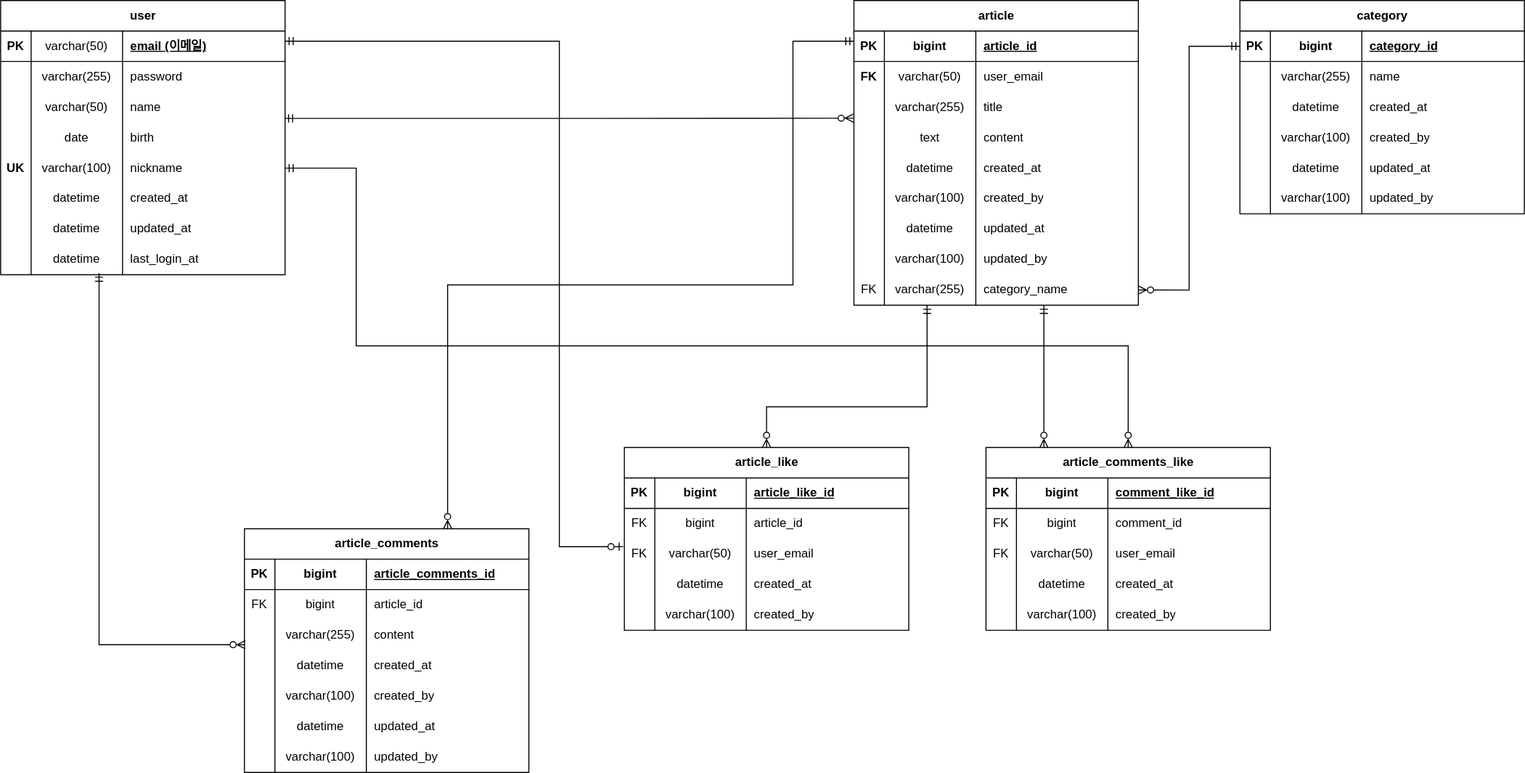
Above: back/src/main/resources/ERD.svg in 6810779s/board-fullstack-pjt (draw.io), before the change. Source tidied: cells renumbered, new cells last; positions are measured from the earlier drawing's top-left corner, leaving out a move shared by most shapes.
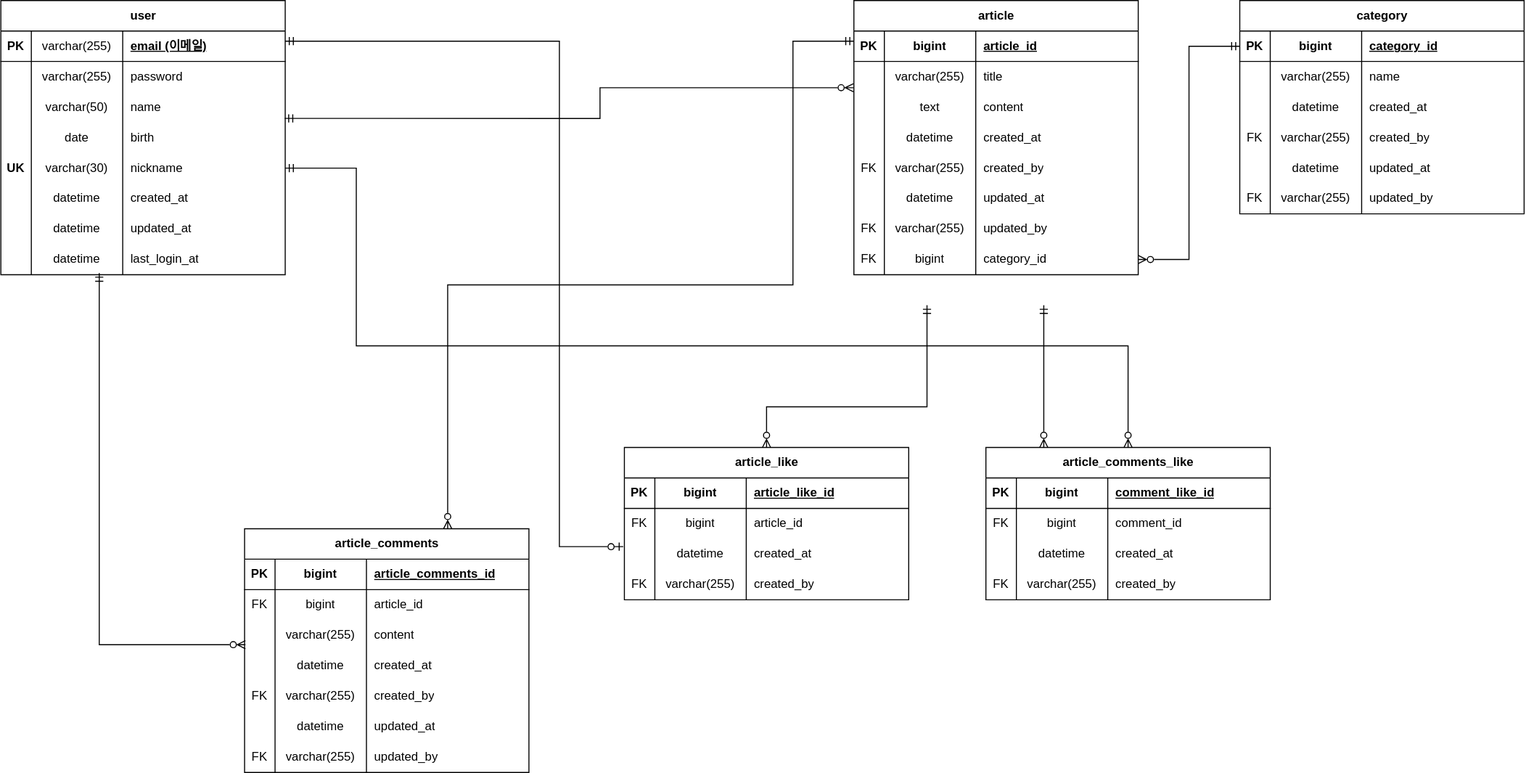
Above is the later version.

Commit message:
ERD 수정 1. 데이터 무결성 유지, 2. 데이터베이스 정규화

What changed in the source:
```diff
@@ -13,3 +13,3 @@
     </mxCell>
-    <mxCell id="5" value="&lt;span style=&quot;font-weight: normal;&quot;&gt;varchar(50)&lt;/span&gt;" style="shape=partialRectangle;fillColor=none;top=0;left=0;bottom=0;right=0;fontStyle=1;overflow=hidden;whiteSpace=wrap;html=1;" parent="3" vertex="1">
+    <mxCell id="5" value="&lt;span style=&quot;font-weight: normal;&quot;&gt;varchar(255)&lt;/span&gt;" style="shape=partialRectangle;fillColor=none;top=0;left=0;bottom=0;right=0;fontStyle=1;overflow=hidden;whiteSpace=wrap;html=1;" parent="3" vertex="1">
       <mxGeometry x="30" width="90" height="30" as="geometry" />
@@ -61,3 +61,3 @@
     </mxCell>
-    <mxCell id="21" value="varchar(100)" style="shape=partialRectangle;fillColor=none;top=0;left=0;bottom=0;right=0;overflow=hidden;whiteSpace=wrap;html=1;" parent="19" vertex="1">
+    <mxCell id="21" value="varchar(30)" style="shape=partialRectangle;fillColor=none;top=0;left=0;bottom=0;right=0;overflow=hidden;whiteSpace=wrap;html=1;" parent="19" vertex="1">
       <mxGeometry x="30" width="90" height="30" as="geometry" />
@@ -104,3 +104,3 @@
     <mxCell id="35" value="article" style="shape=table;startSize=30;rowLines=0;fontStyle=1;align=center;html=1;" parent="1" vertex="1">
-      <mxGeometry x="840" width="280" height="300" as="geometry" />
+      <mxGeometry x="840" width="280" height="270" as="geometry" />
     </mxCell>
@@ -118,16 +118,4 @@
     </mxCell>
-    <mxCell id="40" style="shape=tableRow;horizontal=0;startSize=0;swimlaneHead=0;swimlaneBody=0;fillColor=none;top=0;left=0;right=0;bottom=0;" parent="35" vertex="1">
-      <mxGeometry y="60" width="280" height="30" as="geometry" />
-    </mxCell>
-    <mxCell id="41" value="&lt;b&gt;FK&lt;/b&gt;" style="shape=partialRectangle;fillColor=none;top=0;left=0;bottom=0;right=0;overflow=hidden;whiteSpace=wrap;html=1;" parent="40" vertex="1">
-      <mxGeometry width="30" height="30" as="geometry" />
-    </mxCell>
-    <mxCell id="42" value="varchar(50)" style="shape=partialRectangle;fillColor=none;top=0;left=0;bottom=0;right=0;overflow=hidden;whiteSpace=wrap;html=1;" parent="40" vertex="1">
-      <mxGeometry x="30" width="90" height="30" as="geometry" />
-    </mxCell>
-    <mxCell id="43" value="user_email" style="shape=partialRectangle;fillColor=none;top=0;left=0;bottom=0;right=0;align=left;spacingLeft=6;overflow=hidden;whiteSpace=wrap;html=1;" parent="40" vertex="1">
-      <mxGeometry x="120" width="160" height="30" as="geometry" />
-    </mxCell>
     <mxCell id="44" style="shape=tableRow;horizontal=0;startSize=0;swimlaneHead=0;swimlaneBody=0;fillColor=none;points=[[0,0.5],[1,0.5]];portConstraint=eastwest;top=0;left=0;right=0;bottom=0;" parent="35" vertex="1">
-      <mxGeometry y="90" width="280" height="30" as="geometry" />
+      <mxGeometry y="60" width="280" height="30" as="geometry" />
     </mxCell>
@@ -143,3 +131,3 @@
     <mxCell id="48" style="shape=tableRow;horizontal=0;startSize=0;swimlaneHead=0;swimlaneBody=0;fillColor=none;top=0;left=0;right=0;bottom=0;" parent="35" vertex="1">
-      <mxGeometry y="120" width="280" height="30" as="geometry" />
+      <mxGeometry y="90" width="280" height="30" as="geometry" />
     </mxCell>
@@ -155,3 +143,3 @@
     <mxCell id="52" style="shape=tableRow;horizontal=0;startSize=0;swimlaneHead=0;swimlaneBody=0;fillColor=none;top=0;left=0;right=0;bottom=0;" parent="35" vertex="1">
-      <mxGeometry y="150" width="280" height="30" as="geometry" />
+      <mxGeometry y="120" width="280" height="30" as="geometry" />
     </mxCell>
@@ -167,8 +155,8 @@
     <mxCell id="56" style="shape=tableRow;horizontal=0;startSize=0;swimlaneHead=0;swimlaneBody=0;fillColor=none;top=0;left=0;right=0;bottom=0;" parent="35" vertex="1">
-      <mxGeometry y="180" width="280" height="30" as="geometry" />
+      <mxGeometry y="150" width="280" height="30" as="geometry" />
     </mxCell>
-    <mxCell id="57" style="shape=partialRectangle;fillColor=none;top=0;left=0;bottom=0;right=0;overflow=hidden;whiteSpace=wrap;html=1;" parent="56" vertex="1">
+    <mxCell id="57" value="FK" style="shape=partialRectangle;fillColor=none;top=0;left=0;bottom=0;right=0;overflow=hidden;whiteSpace=wrap;html=1;" parent="56" vertex="1">
       <mxGeometry width="30" height="30" as="geometry" />
     </mxCell>
-    <mxCell id="58" value="varchar(100)" style="shape=partialRectangle;fillColor=none;top=0;left=0;bottom=0;right=0;overflow=hidden;whiteSpace=wrap;html=1;" parent="56" vertex="1">
+    <mxCell id="58" value="varchar(255)" style="shape=partialRectangle;fillColor=none;top=0;left=0;bottom=0;right=0;overflow=hidden;whiteSpace=wrap;html=1;" parent="56" vertex="1">
       <mxGeometry x="30" width="90" height="30" as="geometry" />
@@ -179,3 +167,3 @@
     <mxCell id="60" style="shape=tableRow;horizontal=0;startSize=0;swimlaneHead=0;swimlaneBody=0;fillColor=none;top=0;left=0;right=0;bottom=0;" parent="35" vertex="1">
-      <mxGeometry y="210" width="280" height="30" as="geometry" />
+      <mxGeometry y="180" width="280" height="30" as="geometry" />
     </mxCell>
@@ -191,8 +179,8 @@
     <mxCell id="64" style="shape=tableRow;horizontal=0;startSize=0;swimlaneHead=0;swimlaneBody=0;fillColor=none;top=0;left=0;right=0;bottom=0;" parent="35" vertex="1">
-      <mxGeometry y="240" width="280" height="30" as="geometry" />
+      <mxGeometry y="210" width="280" height="30" as="geometry" />
     </mxCell>
-    <mxCell id="65" style="shape=partialRectangle;fillColor=none;top=0;left=0;bottom=0;right=0;overflow=hidden;whiteSpace=wrap;html=1;" parent="64" vertex="1">
+    <mxCell id="65" value="FK" style="shape=partialRectangle;fillColor=none;top=0;left=0;bottom=0;right=0;overflow=hidden;whiteSpace=wrap;html=1;" parent="64" vertex="1">
       <mxGeometry width="30" height="30" as="geometry" />
     </mxCell>
-    <mxCell id="66" value="varchar(100)" style="shape=partialRectangle;fillColor=none;top=0;left=0;bottom=0;right=0;overflow=hidden;whiteSpace=wrap;html=1;" parent="64" vertex="1">
+    <mxCell id="66" value="varchar(255)" style="shape=partialRectangle;fillColor=none;top=0;left=0;bottom=0;right=0;overflow=hidden;whiteSpace=wrap;html=1;" parent="64" vertex="1">
       <mxGeometry x="30" width="90" height="30" as="geometry" />
@@ -203,3 +191,3 @@
     <mxCell id="68" style="shape=tableRow;horizontal=0;startSize=0;swimlaneHead=0;swimlaneBody=0;fillColor=none;points=[[0,0.5],[1,0.5]];portConstraint=eastwest;top=0;left=0;right=0;bottom=0;" parent="35" vertex="1">
-      <mxGeometry y="270" width="280" height="30" as="geometry" />
+      <mxGeometry y="240" width="280" height="30" as="geometry" />
     </mxCell>
@@ -208,6 +196,6 @@
     </mxCell>
-    <mxCell id="70" value="varchar(255)" style="shape=partialRectangle;fillColor=none;top=0;left=0;bottom=0;right=0;overflow=hidden;whiteSpace=wrap;html=1;" parent="68" vertex="1">
+    <mxCell id="70" value="bigint" style="shape=partialRectangle;fillColor=none;top=0;left=0;bottom=0;right=0;overflow=hidden;whiteSpace=wrap;html=1;" parent="68" vertex="1">
       <mxGeometry x="30" width="90" height="30" as="geometry" />
     </mxCell>
-    <mxCell id="71" value="category_name" style="shape=partialRectangle;fillColor=none;top=0;left=0;bottom=0;right=0;align=left;spacingLeft=6;overflow=hidden;whiteSpace=wrap;html=1;" parent="68" vertex="1">
+    <mxCell id="71" value="category_id" style="shape=partialRectangle;fillColor=none;top=0;left=0;bottom=0;right=0;align=left;spacingLeft=6;overflow=hidden;whiteSpace=wrap;html=1;" parent="68" vertex="1">
       <mxGeometry x="120" width="160" height="30" as="geometry" />
@@ -268,6 +256,6 @@
     </mxCell>
-    <mxCell id="90" style="shape=partialRectangle;fillColor=none;top=0;left=0;bottom=0;right=0;overflow=hidden;whiteSpace=wrap;html=1;" parent="89" vertex="1">
+    <mxCell id="90" value="FK" style="shape=partialRectangle;fillColor=none;top=0;left=0;bottom=0;right=0;overflow=hidden;whiteSpace=wrap;html=1;" parent="89" vertex="1">
       <mxGeometry width="30" height="30" as="geometry" />
     </mxCell>
-    <mxCell id="91" value="varchar(100)" style="shape=partialRectangle;fillColor=none;top=0;left=0;bottom=0;right=0;overflow=hidden;whiteSpace=wrap;html=1;" parent="89" vertex="1">
+    <mxCell id="91" value="varchar(255)" style="shape=partialRectangle;fillColor=none;top=0;left=0;bottom=0;right=0;overflow=hidden;whiteSpace=wrap;html=1;" parent="89" vertex="1">
       <mxGeometry x="30" width="90" height="30" as="geometry" />
@@ -292,6 +280,6 @@
     </mxCell>
-    <mxCell id="98" style="shape=partialRectangle;fillColor=none;top=0;left=0;bottom=0;right=0;overflow=hidden;whiteSpace=wrap;html=1;" parent="97" vertex="1">
+    <mxCell id="98" value="FK" style="shape=partialRectangle;fillColor=none;top=0;left=0;bottom=0;right=0;overflow=hidden;whiteSpace=wrap;html=1;" parent="97" vertex="1">
       <mxGeometry width="30" height="30" as="geometry" />
     </mxCell>
-    <mxCell id="99" value="varchar(100)" style="shape=partialRectangle;fillColor=none;top=0;left=0;bottom=0;right=0;overflow=hidden;whiteSpace=wrap;html=1;" parent="97" vertex="1">
+    <mxCell id="99" value="varchar(255)" style="shape=partialRectangle;fillColor=none;top=0;left=0;bottom=0;right=0;overflow=hidden;whiteSpace=wrap;html=1;" parent="97" vertex="1">
       <mxGeometry x="30" width="90" height="30" as="geometry" />
@@ -302,3 +290,3 @@
     <mxCell id="101" value="article_like" style="shape=table;startSize=30;rowLines=0;fontStyle=1;align=center;html=1;" parent="1" vertex="1">
-      <mxGeometry x="614" y="440" width="280" height="180" as="geometry" />
+      <mxGeometry x="614" y="440" width="280" height="150" as="geometry" />
     </mxCell>
@@ -328,16 +316,4 @@
     </mxCell>
-    <mxCell id="110" style="shape=tableRow;horizontal=0;startSize=0;swimlaneHead=0;swimlaneBody=0;fillColor=none;points=[[0,0.5],[1,0.5]];portConstraint=eastwest;top=0;left=0;right=0;bottom=0;" parent="101" vertex="1">
-      <mxGeometry y="90" width="280" height="30" as="geometry" />
-    </mxCell>
-    <mxCell id="111" value="FK" style="shape=partialRectangle;fillColor=none;top=0;left=0;bottom=0;right=0;overflow=hidden;whiteSpace=wrap;html=1;" parent="110" vertex="1">
-      <mxGeometry width="30" height="30" as="geometry" />
-    </mxCell>
-    <mxCell id="112" value="varchar(50)" style="shape=partialRectangle;fillColor=none;top=0;left=0;bottom=0;right=0;overflow=hidden;whiteSpace=wrap;html=1;" parent="110" vertex="1">
-      <mxGeometry x="30" width="90" height="30" as="geometry" />
-    </mxCell>
-    <mxCell id="113" value="user_email" style="shape=partialRectangle;fillColor=none;top=0;left=0;bottom=0;right=0;align=left;spacingLeft=6;overflow=hidden;whiteSpace=wrap;html=1;" parent="110" vertex="1">
-      <mxGeometry x="120" width="160" height="30" as="geometry" />
-    </mxCell>
     <mxCell id="114" style="shape=tableRow;horizontal=0;startSize=0;swimlaneHead=0;swimlaneBody=0;fillColor=none;top=0;left=0;right=0;bottom=0;" parent="101" vertex="1">
-      <mxGeometry y="120" width="280" height="30" as="geometry" />
+      <mxGeometry y="90" width="280" height="30" as="geometry" />
     </mxCell>
@@ -353,8 +329,8 @@
     <mxCell id="118" style="shape=tableRow;horizontal=0;startSize=0;swimlaneHead=0;swimlaneBody=0;fillColor=none;top=0;left=0;right=0;bottom=0;" parent="101" vertex="1">
-      <mxGeometry y="150" width="280" height="30" as="geometry" />
+      <mxGeometry y="120" width="280" height="30" as="geometry" />
     </mxCell>
-    <mxCell id="119" style="shape=partialRectangle;fillColor=none;top=0;left=0;bottom=0;right=0;overflow=hidden;whiteSpace=wrap;html=1;" parent="118" vertex="1">
+    <mxCell id="119" value="FK" style="shape=partialRectangle;fillColor=none;top=0;left=0;bottom=0;right=0;overflow=hidden;whiteSpace=wrap;html=1;" parent="118" vertex="1">
       <mxGeometry width="30" height="30" as="geometry" />
     </mxCell>
-    <mxCell id="120" value="varchar(100)" style="shape=partialRectangle;fillColor=none;top=0;left=0;bottom=0;right=0;overflow=hidden;whiteSpace=wrap;html=1;" parent="118" vertex="1">
+    <mxCell id="120" value="varchar(255)" style="shape=partialRectangle;fillColor=none;top=0;left=0;bottom=0;right=0;overflow=hidden;whiteSpace=wrap;html=1;" parent="118" vertex="1">
       <mxGeometry x="30" width="90" height="30" as="geometry" />
@@ -365,3 +341,3 @@
     <mxCell id="122" value="article_comments_like" style="shape=table;startSize=30;rowLines=0;fontStyle=1;align=center;html=1;" parent="1" vertex="1">
-      <mxGeometry x="970" y="440" width="280" height="180" as="geometry" />
+      <mxGeometry x="970" y="440" width="280" height="150" as="geometry" />
     </mxCell>
@@ -391,16 +367,4 @@
     </mxCell>
-    <mxCell id="131" style="shape=tableRow;horizontal=0;startSize=0;swimlaneHead=0;swimlaneBody=0;fillColor=none;top=0;left=0;right=0;bottom=0;" parent="122" vertex="1">
-      <mxGeometry y="90" width="280" height="30" as="geometry" />
-    </mxCell>
-    <mxCell id="132" value="FK" style="shape=partialRectangle;fillColor=none;top=0;left=0;bottom=0;right=0;overflow=hidden;whiteSpace=wrap;html=1;" parent="131" vertex="1">
-      <mxGeometry width="30" height="30" as="geometry" />
-    </mxCell>
-    <mxCell id="133" value="varchar(50)" style="shape=partialRectangle;fillColor=none;top=0;left=0;bottom=0;right=0;overflow=hidden;whiteSpace=wrap;html=1;" parent="131" vertex="1">
-      <mxGeometry x="30" width="90" height="30" as="geometry" />
-    </mxCell>
-    <mxCell id="134" value="user_email" style="shape=partialRectangle;fillColor=none;top=0;left=0;bottom=0;right=0;align=left;spacingLeft=6;overflow=hidden;whiteSpace=wrap;html=1;" parent="131" vertex="1">
-      <mxGeometry x="120" width="160" height="30" as="geometry" />
-    </mxCell>
     <mxCell id="135" style="shape=tableRow;horizontal=0;startSize=0;swimlaneHead=0;swimlaneBody=0;fillColor=none;top=0;left=0;right=0;bottom=0;" parent="122" vertex="1">
-      <mxGeometry y="120" width="280" height="30" as="geometry" />
+      <mxGeometry y="90" width="280" height="30" as="geometry" />
     </mxCell>
@@ -416,8 +380,8 @@
     <mxCell id="139" style="shape=tableRow;horizontal=0;startSize=0;swimlaneHead=0;swimlaneBody=0;fillColor=none;top=0;left=0;right=0;bottom=0;" parent="122" vertex="1">
-      <mxGeometry y="150" width="280" height="30" as="geometry" />
+      <mxGeometry y="120" width="280" height="30" as="geometry" />
     </mxCell>
-    <mxCell id="140" style="shape=partialRectangle;fillColor=none;top=0;left=0;bottom=0;right=0;overflow=hidden;whiteSpace=wrap;html=1;" parent="139" vertex="1">
+    <mxCell id="140" value="FK" style="shape=partialRectangle;fillColor=none;top=0;left=0;bottom=0;right=0;overflow=hidden;whiteSpace=wrap;html=1;" parent="139" vertex="1">
       <mxGeometry width="30" height="30" as="geometry" />
     </mxCell>
-    <mxCell id="141" value="varchar(100)" style="shape=partialRectangle;fillColor=none;top=0;left=0;bottom=0;right=0;overflow=hidden;whiteSpace=wrap;html=1;" parent="139" vertex="1">
+    <mxCell id="141" value="varchar(255)" style="shape=partialRectangle;fillColor=none;top=0;left=0;bottom=0;right=0;overflow=hidden;whiteSpace=wrap;html=1;" parent="139" vertex="1">
       <mxGeometry x="30" width="90" height="30" as="geometry" />
@@ -461,5 +425,6 @@
     </mxCell>
-    <mxCell id="147" style="endArrow=ERzeroToOne;html=1;rounded=0;edgeStyle=orthogonalEdgeStyle;endFill=0;startArrow=ERmandOne;startFill=0;entryX=-0.004;entryY=0.256;entryDx=0;entryDy=0;entryPerimeter=0;" parent="1" edge="1" target="110">
+    <mxCell id="147" style="endArrow=ERzeroToOne;html=1;rounded=0;edgeStyle=orthogonalEdgeStyle;endFill=0;startArrow=ERmandOne;startFill=0;entryX=-0.004;entryY=0.256;entryDx=0;entryDy=0;entryPerimeter=0;" parent="1" edge="1">
       <mxGeometry relative="1" as="geometry">
         <mxPoint x="280" y="40" as="sourcePoint" />
+        <mxPoint x="612.9" y="537.7" as="targetPoint" />
         <Array as="points">
@@ -530,6 +495,6 @@
     </mxCell>
-    <mxCell id="164" style="shape=partialRectangle;fillColor=none;top=0;left=0;bottom=0;right=0;overflow=hidden;whiteSpace=wrap;html=1;" parent="163" vertex="1">
+    <mxCell id="164" value="FK" style="shape=partialRectangle;fillColor=none;top=0;left=0;bottom=0;right=0;overflow=hidden;whiteSpace=wrap;html=1;" parent="163" vertex="1">
       <mxGeometry width="30" height="30" as="geometry" />
     </mxCell>
-    <mxCell id="165" value="varchar(100)" style="shape=partialRectangle;fillColor=none;top=0;left=0;bottom=0;right=0;overflow=hidden;whiteSpace=wrap;html=1;" parent="163" vertex="1">
+    <mxCell id="165" value="varchar(255)" style="shape=partialRectangle;fillColor=none;top=0;left=0;bottom=0;right=0;overflow=hidden;whiteSpace=wrap;html=1;" parent="163" vertex="1">
       <mxGeometry x="30" width="90" height="30" as="geometry" />
@@ -554,6 +519,6 @@
     </mxCell>
-    <mxCell id="172" style="shape=partialRectangle;fillColor=none;top=0;left=0;bottom=0;right=0;overflow=hidden;whiteSpace=wrap;html=1;" parent="171" vertex="1">
+    <mxCell id="172" value="FK" style="shape=partialRectangle;fillColor=none;top=0;left=0;bottom=0;right=0;overflow=hidden;whiteSpace=wrap;html=1;" parent="171" vertex="1">
       <mxGeometry width="30" height="30" as="geometry" />
     </mxCell>
-    <mxCell id="173" value="varchar(100)" style="shape=partialRectangle;fillColor=none;top=0;left=0;bottom=0;right=0;overflow=hidden;whiteSpace=wrap;html=1;" parent="171" vertex="1">
+    <mxCell id="173" value="varchar(255)" style="shape=partialRectangle;fillColor=none;top=0;left=0;bottom=0;right=0;overflow=hidden;whiteSpace=wrap;html=1;" parent="171" vertex="1">
       <mxGeometry x="30" width="90" height="30" as="geometry" />
```
